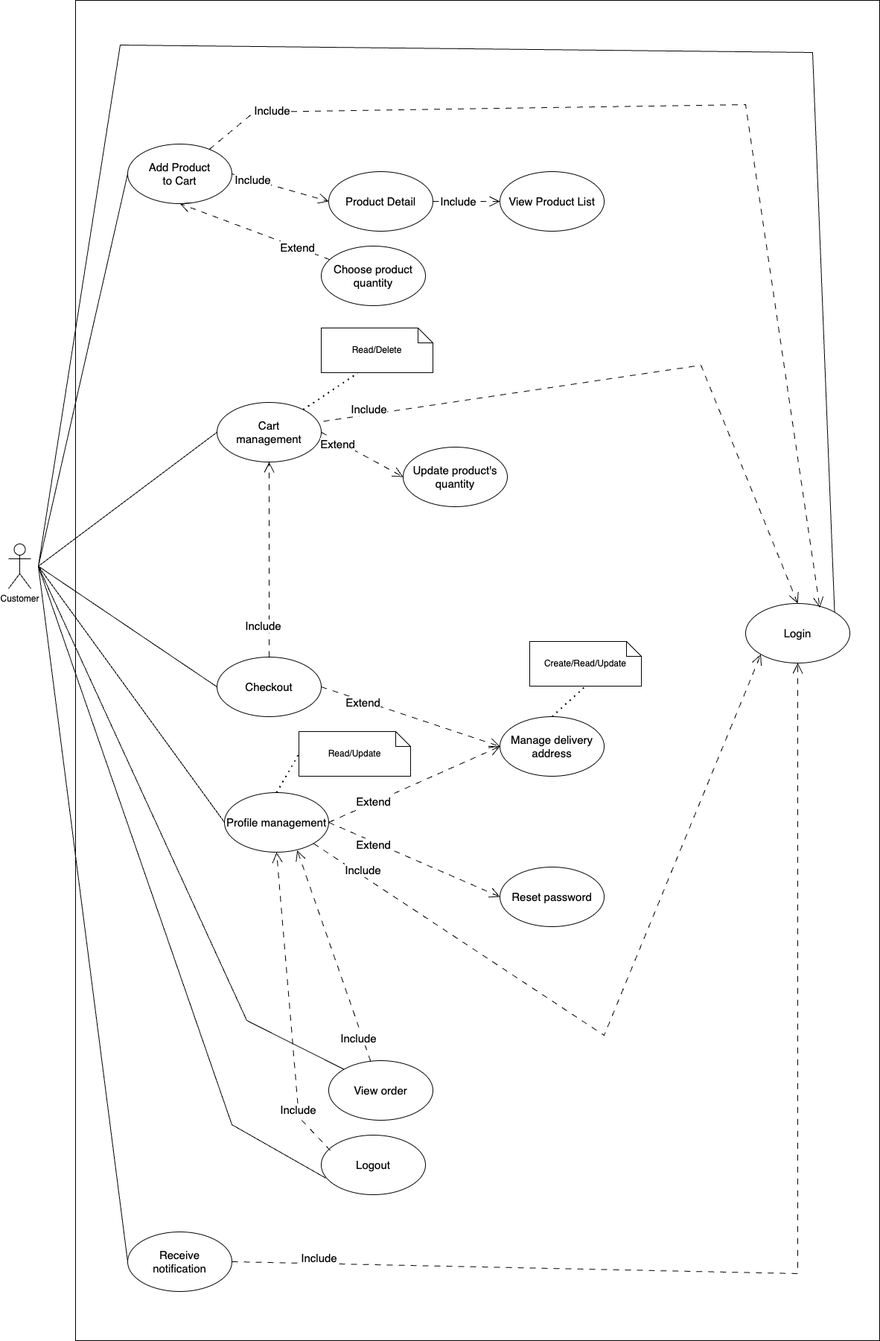
Above: document/SDS/Use Case Diagram/Customer_Use_Case_Diagram.drawio.png in QuocZuong/perfume-store (draw.io), before the change. Source tidied: cells renumbered, new cells last; positions are measured from the earlier drawing's top-left corner, leaving out a move shared by most shapes.
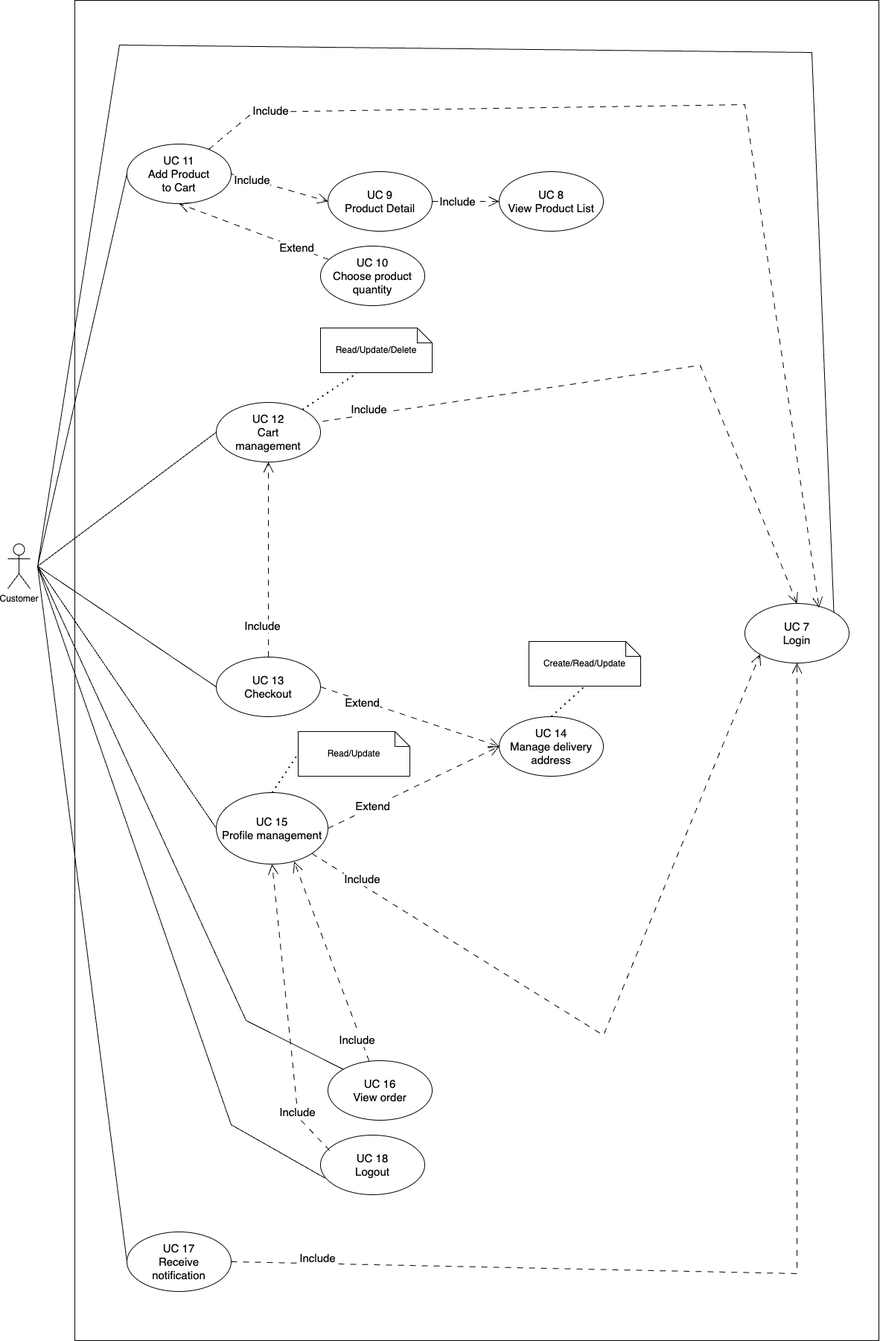
Later version of the same file.

The edit, as a diff of the source:
```diff
@@ -8,40 +8,34 @@
     <mxCell id="3" style="rounded=0;whiteSpace=wrap;html=1;" parent="1" vertex="1">
       <mxGeometry x="90" width="1080" height="1800" as="geometry" />
     </mxCell>
-    <mxCell id="4" value="Login" style="ellipse;whiteSpace=wrap;html=1;fontSize=15;" parent="1" vertex="1">
+    <mxCell id="4" value="UC 7&lt;br&gt;Login" style="ellipse;whiteSpace=wrap;html=1;fontSize=15;" parent="1" vertex="1">
       <mxGeometry x="990" y="810" width="140" height="80" as="geometry" />
     </mxCell>
-    <mxCell id="5" value="Add Product &lt;br&gt;to Cart" style="ellipse;whiteSpace=wrap;html=1;fontSize=15;" parent="1" vertex="1">
+    <mxCell id="5" value="UC 11&lt;br&gt;Add Product &lt;br&gt;to Cart" style="ellipse;whiteSpace=wrap;html=1;fontSize=15;" parent="1" vertex="1">
       <mxGeometry x="160" y="193" width="140" height="80" as="geometry" />
     </mxCell>
-    <mxCell id="6" value="Cart &lt;br&gt;management" style="ellipse;whiteSpace=wrap;html=1;fontSize=15;" parent="1" vertex="1">
+    <mxCell id="6" value="UC 12&lt;br&gt;Cart &lt;br&gt;management" style="ellipse;whiteSpace=wrap;html=1;fontSize=15;" parent="1" vertex="1">
       <mxGeometry x="280" y="540" width="140" height="80" as="geometry" />
     </mxCell>
-    <mxCell id="7" value="Update product's quantity" style="ellipse;whiteSpace=wrap;html=1;fontSize=15;" parent="1" vertex="1">
-      <mxGeometry x="530" y="600" width="140" height="80" as="geometry" />
-    </mxCell>
-    <mxCell id="8" value="Product Detail" style="ellipse;whiteSpace=wrap;html=1;fontSize=15;" parent="1" vertex="1">
+    <mxCell id="8" value="UC 9&lt;br&gt;Product Detail" style="ellipse;whiteSpace=wrap;html=1;fontSize=15;" parent="1" vertex="1">
       <mxGeometry x="430" y="230" width="140" height="80" as="geometry" />
     </mxCell>
-    <mxCell id="9" value="View Product List" style="ellipse;whiteSpace=wrap;html=1;fontSize=15;" parent="1" vertex="1">
+    <mxCell id="9" value="UC 8&lt;br&gt;View Product List" style="ellipse;whiteSpace=wrap;html=1;fontSize=15;" parent="1" vertex="1">
       <mxGeometry x="660" y="230" width="140" height="80" as="geometry" />
     </mxCell>
-    <mxCell id="10" value="Profile management" style="ellipse;whiteSpace=wrap;html=1;fontSize=15;" parent="1" vertex="1">
-      <mxGeometry x="290" y="1064" width="140" height="80" as="geometry" />
+    <mxCell id="10" value="UC 15&lt;br&gt;Profile management" style="ellipse;whiteSpace=wrap;html=1;fontSize=15;" parent="1" vertex="1">
+      <mxGeometry x="280" y="1064" width="150" height="96" as="geometry" />
     </mxCell>
-    <mxCell id="11" value="Reset password" style="ellipse;whiteSpace=wrap;html=1;fontSize=15;" parent="1" vertex="1">
-      <mxGeometry x="660" y="1164" width="140" height="80" as="geometry" />
-    </mxCell>
-    <mxCell id="12" value="Logout" style="ellipse;whiteSpace=wrap;html=1;fontSize=15;" parent="1" vertex="1">
+    <mxCell id="12" value="UC 18&lt;br&gt;Logout" style="ellipse;whiteSpace=wrap;html=1;fontSize=15;" parent="1" vertex="1">
       <mxGeometry x="420" y="1524" width="140" height="80" as="geometry" />
     </mxCell>
-    <mxCell id="13" value="View order" style="ellipse;whiteSpace=wrap;html=1;fontSize=15;" parent="1" vertex="1">
+    <mxCell id="13" value="UC 16&lt;br&gt;View order" style="ellipse;whiteSpace=wrap;html=1;fontSize=15;" parent="1" vertex="1">
       <mxGeometry x="430" y="1424" width="140" height="80" as="geometry" />
     </mxCell>
-    <mxCell id="14" value="Checkout" style="ellipse;whiteSpace=wrap;html=1;fontSize=15;" parent="1" vertex="1">
+    <mxCell id="14" value="UC 13&lt;br&gt;Checkout" style="ellipse;whiteSpace=wrap;html=1;fontSize=15;" parent="1" vertex="1">
       <mxGeometry x="280" y="882" width="140" height="80" as="geometry" />
     </mxCell>
-    <mxCell id="15" value="Manage delivery address" style="ellipse;whiteSpace=wrap;html=1;fontSize=15;" parent="1" vertex="1">
+    <mxCell id="15" value="UC 14&lt;br&gt;Manage delivery address" style="ellipse;whiteSpace=wrap;html=1;fontSize=15;" parent="1" vertex="1">
       <mxGeometry x="660" y="962" width="140" height="80" as="geometry" />
     </mxCell>
     <mxCell id="16" value="Extend" style="endArrow=open;html=1;rounded=0;exitX=1;exitY=0.5;exitDx=0;exitDy=0;entryX=0;entryY=0.5;entryDx=0;entryDy=0;endFill=0;endSize=12;dashed=1;dashPattern=8 8;fontSize=15;" parent="1" edge="1" source="14" target="15">
@@ -50,17 +44,9 @@
     <mxCell id="17" value="Extend" style="endArrow=open;html=1;rounded=0;exitX=1;exitY=0.5;exitDx=0;exitDy=0;endFill=0;endSize=12;dashed=1;dashPattern=8 8;entryX=0;entryY=0.5;entryDx=0;entryDy=0;fontSize=15;" parent="1" edge="1" source="10" target="15">
       <mxGeometry x="-0.47" y="1" relative="1" as="geometry" />
     </mxCell>
-    <mxCell id="18" value="Extend" style="endArrow=open;html=1;rounded=0;endFill=0;endSize=12;dashed=1;dashPattern=8 8;entryX=0;entryY=0.5;entryDx=0;entryDy=0;exitX=1;exitY=0.5;exitDx=0;exitDy=0;fontSize=15;" parent="1" edge="1" source="10" target="11">
-      <mxGeometry x="-0.47" y="-4" relative="1" as="geometry" />
-    </mxCell>
     <mxCell id="19" value="Include" style="endArrow=open;html=1;rounded=0;endFill=0;endSize=12;dashed=1;dashPattern=8 8;exitX=0.5;exitY=0;exitDx=0;exitDy=0;entryX=0.5;entryY=1;entryDx=0;entryDy=0;fontSize=15;" parent="1" edge="1" source="14" target="6">
       <mxGeometry x="-0.68" y="8" relative="1" as="geometry" />
     </mxCell>
-    <mxCell id="20" value="Extend" style="endArrow=open;html=1;rounded=0;entryX=0;entryY=0.5;entryDx=0;entryDy=0;endFill=0;endSize=12;dashed=1;dashPattern=8 8;exitX=1;exitY=0.5;exitDx=0;exitDy=0;fontSize=15;" parent="1" edge="1" source="6" target="7">
-      <mxGeometry x="-0.56" y="-3" relative="1" as="geometry">
-        <mxPoint x="-1" as="offset" />
-      </mxGeometry>
-    </mxCell>
     <mxCell id="21" value="Include" style="endArrow=open;html=1;rounded=0;endFill=0;endSize=12;dashed=1;dashPattern=8 8;exitX=1;exitY=0.5;exitDx=0;exitDy=0;entryX=0;entryY=0.5;entryDx=0;entryDy=0;fontSize=15;" parent="1" edge="1" source="5" target="8">
       <mxGeometry x="-0.57" relative="1" as="geometry" />
     </mxCell>
@@ -79,7 +65,7 @@
         </Array>
       </mxGeometry>
     </mxCell>
-    <mxCell id="25" value="Receive &lt;br&gt;notification" style="ellipse;whiteSpace=wrap;html=1;fontSize=15;" parent="1" vertex="1">
+    <mxCell id="25" value="UC 17&lt;br&gt;Receive &lt;br&gt;notification" style="ellipse;whiteSpace=wrap;html=1;fontSize=15;" parent="1" vertex="1">
       <mxGeometry x="160" y="1654" width="140" height="80" as="geometry" />
     </mxCell>
     <mxCell id="26" style="endArrow=none;html=1;rounded=0;entryX=0;entryY=0.5;entryDx=0;entryDy=0;" parent="1" edge="1" target="5">
@@ -132,7 +118,7 @@
         </Array>
       </mxGeometry>
     </mxCell>
-    <mxCell id="34" value="Choose product quantity" style="ellipse;whiteSpace=wrap;html=1;fontSize=15;" parent="1" vertex="1">
+    <mxCell id="34" value="UC 10&lt;br&gt;Choose product quantity" style="ellipse;whiteSpace=wrap;html=1;fontSize=15;" parent="1" vertex="1">
       <mxGeometry x="420" y="330" width="140" height="80" as="geometry" />
     </mxCell>
     <mxCell id="35" value="Extend" style="endArrow=open;html=1;rounded=0;endFill=0;endSize=12;dashed=1;dashPattern=8 8;entryX=0.5;entryY=1;entryDx=0;entryDy=0;fontSize=15;" parent="1" edge="1" source="34" target="5">
@@ -152,7 +138,7 @@
         </Array>
       </mxGeometry>
     </mxCell>
-    <mxCell id="39" value="Read/Delete" style="shape=note;size=20;whiteSpace=wrap;html=1;" parent="1" vertex="1">
+    <mxCell id="39" value="Read/Update/Delete" style="shape=note;size=20;whiteSpace=wrap;html=1;" parent="1" vertex="1">
       <mxGeometry x="420" y="440" width="150" height="60" as="geometry" />
     </mxCell>
     <mxCell id="40" style="endArrow=none;dashed=1;html=1;dashPattern=1 3;strokeWidth=2;rounded=0;entryX=0.328;entryY=1.009;entryDx=0;entryDy=0;entryPerimeter=0;" parent="1" edge="1" source="6" target="39">
```
